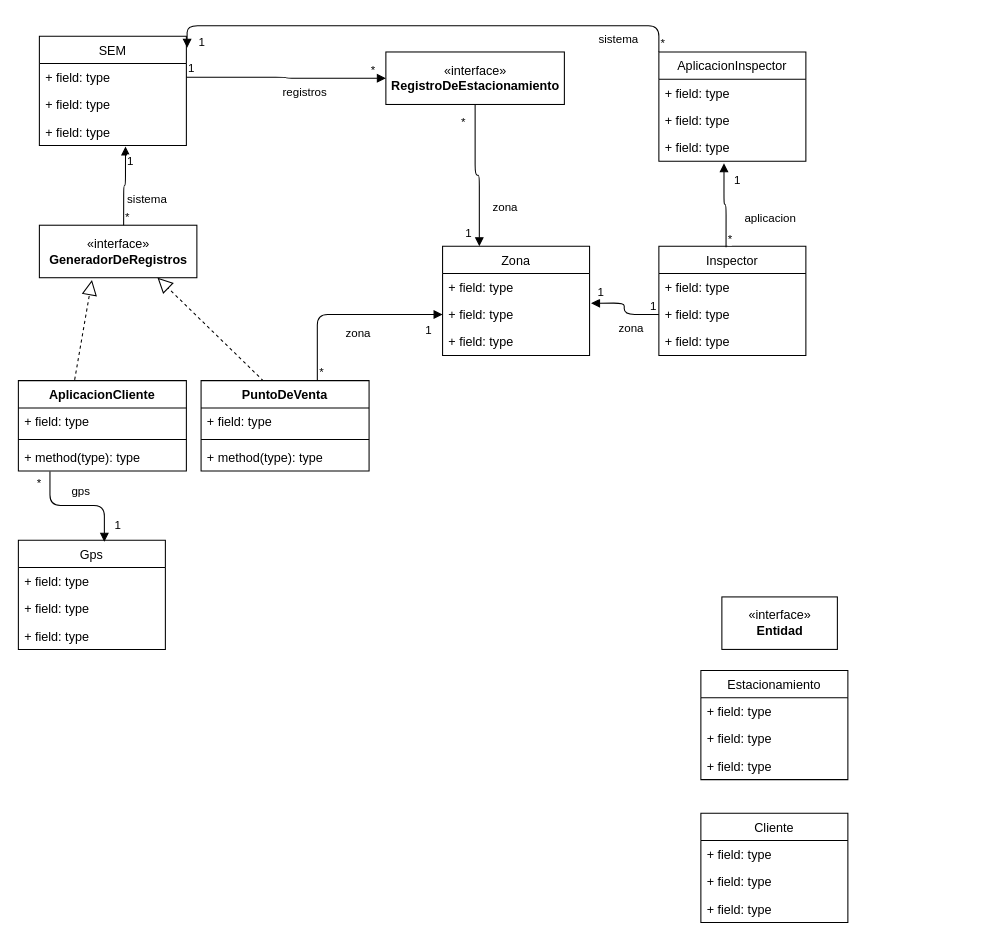
laautarolopez/grupo9-tpintegrador keeps this draw.io diagram as Untitled Diagram.drawio. Above is the earlier version. Source tidied: cells renumbered, new cells numbered last; positions are measured from the earlier drawing's top-left corner, leaving out a move shared by most shapes. Both pictures are drawn from the tidied source at 105%, with x=0, y=0 at pixel (18, 25).
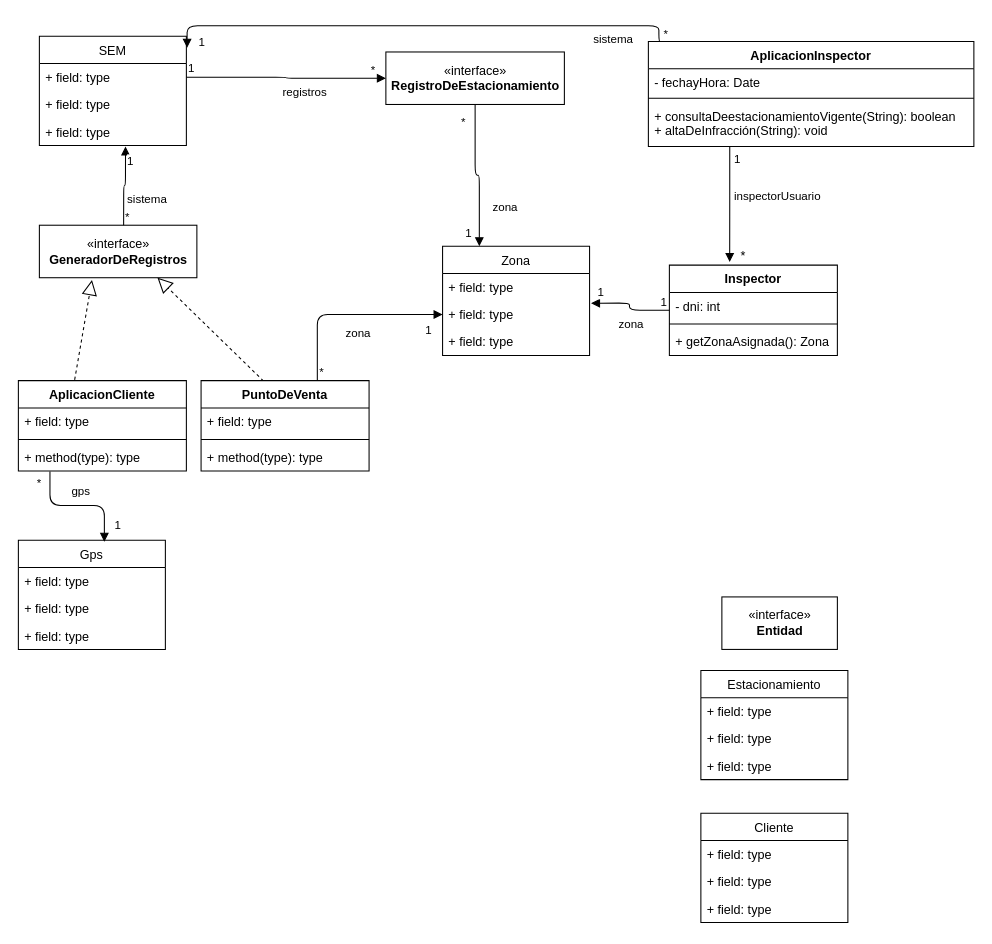
The same diagram, later.

The change refers to these unchanged cells:
```xml
<mxCell id="2" value="SEM" style="swimlane;fontStyle=0;horizontal=1;startSize=26;fillColor=none;" parent="1" vertex="1">
  <mxGeometry x="20" y="10" width="140" height="104" as="geometry" />
</mxCell>
<mxCell id="26" value="+ field: type" style="text;strokeColor=none;fillColor=none;align=left;verticalAlign=top;spacingLeft=4;spacingRight=4;overflow=hidden;points=[[0,0.5],[1,0.5]];portConstraint=eastwest;" parent="24" vertex="1">
  <mxGeometry y="52" width="140" height="26" as="geometry" />
</mxCell>
```

What changed in the source:
```diff
@@
-    <mxCell id="41" value="AplicacionInspector" style="swimlane;fontStyle=0;horizontal=1;startSize=26;fillColor=none;" parent="1" vertex="1">
-      <mxGeometry x="610" y="25" width="140" height="104" as="geometry" />
-    </mxCell>
-    <mxCell id="42" value="+ field: type" style="text;strokeColor=none;fillColor=none;align=left;verticalAlign=top;spacingLeft=4;spacingRight=4;overflow=hidden;" parent="41" vertex="1">
-      <mxGeometry y="26" width="140" height="26" as="geometry" />
-    </mxCell>
-    <mxCell id="43" value="+ field: type" style="text;strokeColor=none;fillColor=none;align=left;verticalAlign=top;spacingLeft=4;spacingRight=4;overflow=hidden;" parent="41" vertex="1">
-      <mxGeometry y="52" width="140" height="26" as="geometry" />
-    </mxCell>
-    <mxCell id="44" value="+ field: type" style="text;strokeColor=none;fillColor=none;align=left;verticalAlign=top;spacingLeft=4;spacingRight=4;overflow=hidden;points=[[0,0.5],[1,0.5]];portConstraint=eastwest;" parent="41" vertex="1">
-      <mxGeometry y="78" width="140" height="26" as="geometry" />
-    </mxCell>
@@
-    <mxCell id="53" value="Inspector" style="swimlane;fontStyle=0;horizontal=1;startSize=26;fillColor=none;" parent="1" vertex="1">
-      <mxGeometry x="610" y="210" width="140" height="104" as="geometry" />
-    </mxCell>
-    <mxCell id="54" value="+ field: type" style="text;strokeColor=none;fillColor=none;align=left;verticalAlign=top;spacingLeft=4;spacingRight=4;overflow=hidden;" parent="53" vertex="1">
-      <mxGeometry y="26" width="140" height="26" as="geometry" />
-    </mxCell>
-    <mxCell id="55" value="+ field: type" style="text;strokeColor=none;fillColor=none;align=left;verticalAlign=top;spacingLeft=4;spacingRight=4;overflow=hidden;points=[[0,0.5],[1,0.5]];portConstraint=eastwest;" parent="53" vertex="1">
-      <mxGeometry y="52" width="140" height="26" as="geometry" />
-    </mxCell>
-    <mxCell id="56" value="+ field: type" style="text;strokeColor=none;fillColor=none;align=left;verticalAlign=top;spacingLeft=4;spacingRight=4;overflow=hidden;" parent="53" vertex="1">
-      <mxGeometry y="78" width="140" height="26" as="geometry" />
-    </mxCell>
-    <mxCell id="57" value="sistema" style="endArrow=block;endFill=1;html=1;edgeStyle=orthogonalEdgeStyle;align=left;verticalAlign=top;entryX=1.005;entryY=0.106;entryDx=0;entryDy=0;entryPerimeter=0;exitX=0;exitY=0;exitDx=0;exitDy=0;" parent="1" edge="1" source="41" target="2">
+    <mxCell id="57" value="sistema" style="endArrow=block;endFill=1;html=1;edgeStyle=orthogonalEdgeStyle;align=left;verticalAlign=top;entryX=1.005;entryY=0.106;entryDx=0;entryDy=0;entryPerimeter=0;exitX=0.042;exitY=0.009;exitDx=0;exitDy=0;exitPerimeter=0;" parent="1" edge="1" source="41" target="2">
       <mxGeometry x="-0.66" relative="1" as="geometry">
         <Array as="points">
+          <mxPoint x="610" y="16" />
           <mxPoint x="610" />
           <mxPoint x="161" />
         </Array>
       </mxGeometry>
     </mxCell>
@@
-    <mxCell id="60" value="aplicacion" style="endArrow=block;endFill=1;html=1;edgeStyle=orthogonalEdgeStyle;align=left;verticalAlign=top;entryX=0.443;entryY=1.077;entryDx=0;entryDy=0;entryPerimeter=0;exitX=0.457;exitY=0.01;exitDx=0;exitDy=0;exitPerimeter=0;" parent="1" edge="1" source="53" target="44">
-      <mxGeometry y="-16" relative="1" as="geometry">
-        <Array as="points">
-          <mxPoint x="674" y="170" />
-          <mxPoint x="672" y="170" />
-        </Array>
-        <mxPoint x="16" y="16" as="offset" />
-      </mxGeometry>
-    </mxCell>
-    <mxCell id="61" value="*" style="edgeLabel;html=1;align=left;verticalAlign=bottom;" parent="60" vertex="1">
-      <mxGeometry x="-1" relative="1" as="geometry" />
-    </mxCell>
-    <mxCell id="62" value="1" style="edgeLabel;html=1;align=left;verticalAlign=bottom;" parent="1" vertex="1">
-      <mxGeometry x="680" y="155" as="geometry" />
-    </mxCell>
@@
-    <mxCell id="64" value="zona" style="endArrow=block;endFill=1;html=1;edgeStyle=orthogonalEdgeStyle;align=left;verticalAlign=top;entryX=1.01;entryY=0.086;entryDx=0;entryDy=0;entryPerimeter=0;exitX=0;exitY=0.5;exitDx=0;exitDy=0;" parent="1" edge="1" source="55" target="26">
-      <mxGeometry x="-0.12" y="7" relative="1" as="geometry" />
+    <mxCell id="64" value="zona" style="endArrow=block;endFill=1;html=1;edgeStyle=orthogonalEdgeStyle;align=left;verticalAlign=top;entryX=1.01;entryY=0.086;entryDx=0;entryDy=0;entryPerimeter=0;exitX=0;exitY=0.5;exitDx=0;exitDy=0;" parent="1" edge="1" source="53" target="26">
+      <mxGeometry x="0.4" y="7" relative="1" as="geometry" />
     </mxCell>
@@
+    <mxCell id="41" value="AplicacionInspector" style="swimlane;fontStyle=1;align=center;verticalAlign=top;horizontal=1;startSize=26;" parent="1" vertex="1">
+      <mxGeometry x="600" y="15" width="310" height="100" as="geometry" />
+    </mxCell>
+    <mxCell id="67" value="- fechayHora: Date&#10;" style="text;strokeColor=none;fillColor=none;align=left;verticalAlign=top;spacingLeft=4;spacingRight=4;overflow=hidden;" parent="41" vertex="1">
+      <mxGeometry y="26" width="310" height="24" as="geometry" />
+    </mxCell>
+    <mxCell id="68" style="line;strokeWidth=1;fillColor=none;align=left;verticalAlign=middle;spacingTop=-1;spacingLeft=3;spacingRight=3;labelPosition=right;" parent="41" vertex="1">
+      <mxGeometry y="50" width="310" height="8" as="geometry" />
+    </mxCell>
+    <mxCell id="69" value="+ consultaDeestacionamientoVigente(String): boolean&#10;+ altaDeInfracción(String): void&#10;" style="text;strokeColor=none;fillColor=none;align=left;verticalAlign=top;spacingLeft=4;spacingRight=4;overflow=hidden;" parent="41" vertex="1">
+      <mxGeometry y="58" width="310" height="42" as="geometry" />
+    </mxCell>
+    <mxCell id="53" value="Inspector" style="swimlane;fontStyle=1;align=center;verticalAlign=top;horizontal=1;startSize=26;" parent="1" vertex="1">
+      <mxGeometry x="620" y="228" width="160" height="86" as="geometry" />
+    </mxCell>
+    <mxCell id="70" value="- dni: int" style="text;strokeColor=none;fillColor=none;align=left;verticalAlign=top;spacingLeft=4;spacingRight=4;overflow=hidden;" parent="53" vertex="1">
+      <mxGeometry y="26" width="160" height="26" as="geometry" />
+    </mxCell>
+    <mxCell id="71" style="line;strokeWidth=1;fillColor=none;align=left;verticalAlign=middle;spacingTop=-1;spacingLeft=3;spacingRight=3;labelPosition=right;" parent="53" vertex="1">
+      <mxGeometry y="52" width="160" height="8" as="geometry" />
+    </mxCell>
+    <mxCell id="72" value="+ getZonaAsignada(): Zona" style="text;strokeColor=none;fillColor=none;align=left;verticalAlign=top;spacingLeft=4;spacingRight=4;overflow=hidden;" parent="53" vertex="1">
+      <mxGeometry y="60" width="160" height="26" as="geometry" />
+    </mxCell>
+    <mxCell id="73" value="inspectorUsuario" style="endArrow=block;endFill=1;html=1;edgeStyle=orthogonalEdgeStyle;align=left;verticalAlign=top;exitX=0.25;exitY=1;exitDx=0;exitDy=0;entryX=0.359;entryY=-0.035;entryDx=0;entryDy=0;entryPerimeter=0;" parent="1" edge="1" source="41" target="53">
+      <mxGeometry x="-0.33" y="3" relative="1" as="geometry">
+        <mxPoint x="-1" y="-3" as="offset" />
+      </mxGeometry>
+    </mxCell>
+    <mxCell id="62" value="1" style="edgeLabel;html=1;align=left;verticalAlign=bottom;" parent="73" vertex="1">
+      <mxGeometry x="-1" relative="1" as="geometry">
+        <mxPoint x="2.5" y="20" as="offset" />
+      </mxGeometry>
+    </mxCell>
+    <mxCell id="61" value="*" style="text;html=1;align=center;verticalAlign=middle;" parent="1" vertex="1">
+      <mxGeometry x="680" y="210" width="20" height="20" as="geometry" />
+    </mxCell>
```
